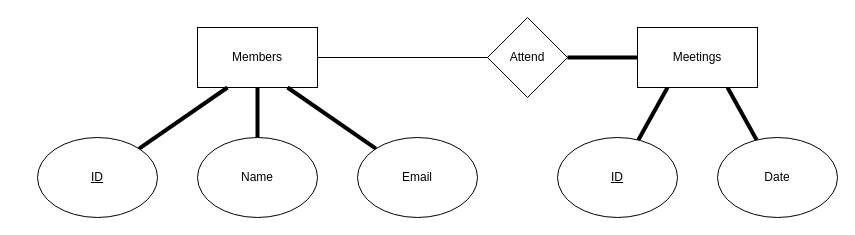
This is er_chess_club_membership.drawio from cds30895/chess_club_membership, a draw.io file, before an edit. Source tidied: cells renumbered, new cells numbered last; positions are measured from the earlier drawing's top-left corner, leaving out a move shared by most shapes. Both pictures are drawn from the tidied source at 100%, with x=0, y=0 at pixel (37, 17).
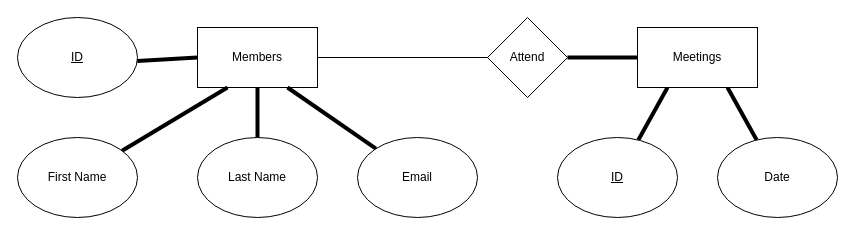
Above is the later version.

What changed in the source:
```diff
@@
 <mxGraphModel>
   <root>
     <mxCell id="0" />
     <mxCell id="1" parent="0" />
     <mxCell id="2" style="rounded=1;whiteSpace=wrap;html=1;" parent="1" vertex="1">
       <mxGeometry x="160" y="10" width="120" height="60" as="geometry" />
     </mxCell>
     <mxCell id="3" style="edgeStyle=none;html=1;exitX=1;exitY=0.5;exitDx=0;exitDy=0;entryX=0;entryY=0.5;entryDx=0;entryDy=0;strokeWidth=1;endArrow=none;endFill=0;" parent="1" edge="1" source="4" target="12">
       <mxGeometry relative="1" as="geometry" />
     </mxCell>
     <mxCell id="4" value="Members" style="rounded=0;whiteSpace=wrap;html=1;" parent="1" vertex="1">
       <mxGeometry x="160" y="10" width="120" height="60" as="geometry" />
     </mxCell>
-    <mxCell id="5" value="Name" style="ellipse;whiteSpace=wrap;html=1;" parent="1" vertex="1">
+    <mxCell id="5" value="Last Name" style="ellipse;whiteSpace=wrap;html=1;" parent="1" vertex="1">
       <mxGeometry x="160" y="120" width="120" height="80" as="geometry" />
     </mxCell>
     <mxCell id="6" value="&lt;u&gt;ID&lt;/u&gt;" style="ellipse;whiteSpace=wrap;html=1;" parent="1" vertex="1">
-      <mxGeometry y="120" width="120" height="80" as="geometry" />
+      <mxGeometry x="-20" width="120" height="80" as="geometry" />
     </mxCell>
     <mxCell id="7" value="Email" style="ellipse;whiteSpace=wrap;html=1;" parent="1" vertex="1">
       <mxGeometry x="320" y="120" width="120" height="80" as="geometry" />
     </mxCell>
     <mxCell id="8" style="endArrow=none;html=1;exitX=0.5;exitY=1;exitDx=0;exitDy=0;strokeWidth=4;" parent="1" edge="1" source="4" target="5">
       <mxGeometry relative="1" as="geometry" />
     </mxCell>
     <mxCell id="9" style="endArrow=none;html=1;exitX=0.75;exitY=1;exitDx=0;exitDy=0;strokeWidth=4;" parent="1" edge="1" source="4" target="7">
       <mxGeometry relative="1" as="geometry" />
     </mxCell>
-    <mxCell id="10" style="endArrow=none;html=1;exitX=0.25;exitY=1;exitDx=0;exitDy=0;strokeWidth=4;" parent="1" edge="1" source="4" target="6">
+    <mxCell id="10" style="endArrow=none;html=1;exitX=0;exitY=0.5;exitDx=0;exitDy=0;strokeWidth=4;" parent="1" edge="1" source="4" target="6">
       <mxGeometry relative="1" as="geometry" />
     </mxCell>
     <mxCell id="11" style="edgeStyle=none;html=1;exitX=1;exitY=0.5;exitDx=0;exitDy=0;entryX=0;entryY=0.5;entryDx=0;entryDy=0;strokeWidth=4;endArrow=none;endFill=0;" parent="1" edge="1" source="12" target="15">
       <mxGeometry relative="1" as="geometry" />
     </mxCell>
     <mxCell id="12" value="Attend" style="rhombus;whiteSpace=wrap;html=1;" parent="1" vertex="1">
       <mxGeometry x="450" width="80" height="80" as="geometry" />
     </mxCell>
     <mxCell id="13" style="edgeStyle=none;html=1;exitX=0.25;exitY=1;exitDx=0;exitDy=0;strokeWidth=4;endArrow=none;endFill=0;" parent="1" edge="1" source="15" target="17">
       <mxGeometry relative="1" as="geometry" />
     </mxCell>
     <mxCell id="14" style="edgeStyle=none;html=1;exitX=0.75;exitY=1;exitDx=0;exitDy=0;strokeWidth=4;endArrow=none;endFill=0;" parent="1" edge="1" source="15" target="16">
       <mxGeometry relative="1" as="geometry" />
     </mxCell>
     <mxCell id="15" value="Meetings" style="rounded=0;whiteSpace=wrap;html=1;" parent="1" vertex="1">
       <mxGeometry x="600" y="10" width="120" height="60" as="geometry" />
     </mxCell>
     <mxCell id="16" value="Date" style="ellipse;whiteSpace=wrap;html=1;" parent="1" vertex="1">
       <mxGeometry x="680" y="120" width="120" height="80" as="geometry" />
     </mxCell>
     <mxCell id="17" value="&lt;u&gt;ID&lt;/u&gt;" style="ellipse;whiteSpace=wrap;html=1;" parent="1" vertex="1">
       <mxGeometry x="520" y="120" width="120" height="80" as="geometry" />
     </mxCell>
+    <mxCell id="18" style="edgeStyle=none;html=1;entryX=0.25;entryY=1;entryDx=0;entryDy=0;strokeWidth=4;endArrow=none;endFill=0;" parent="1" edge="1" source="19" target="4">
+      <mxGeometry relative="1" as="geometry" />
+    </mxCell>
+    <mxCell id="19" value="First Name" style="ellipse;whiteSpace=wrap;html=1;" parent="1" vertex="1">
+      <mxGeometry x="-20" y="120" width="120" height="80" as="geometry" />
+    </mxCell>
   </root>
 </mxGraphModel>
```
